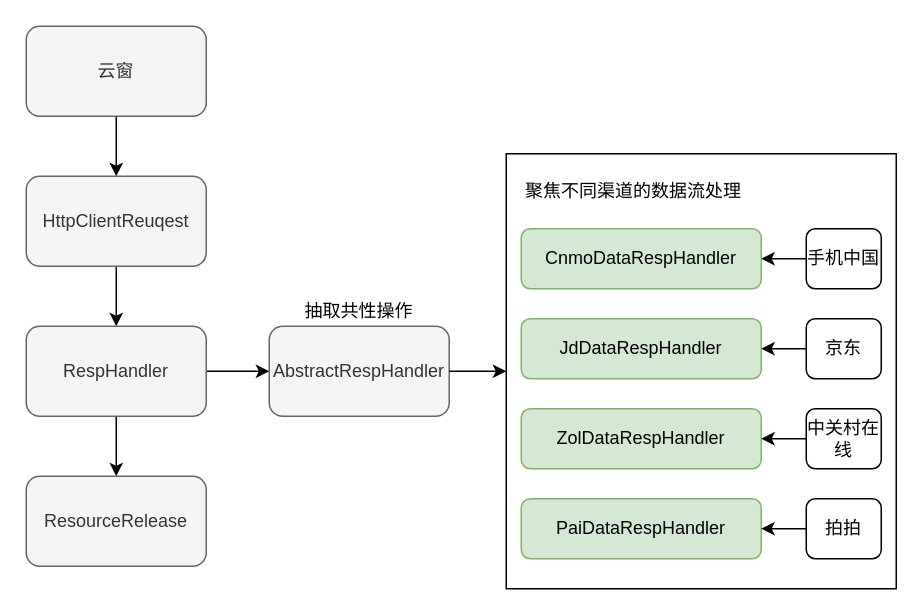
Before: Untitled Diagram.drawio in yz19930826/pics, a draw.io diagram. Source tidied: cells renumbered, new cells numbered last; positions are measured from the earlier drawing's top-left corner, leaving out a move shared by most shapes. Both pictures are drawn from the tidied source at 150%, with x=0, y=0 at pixel (26, 26).
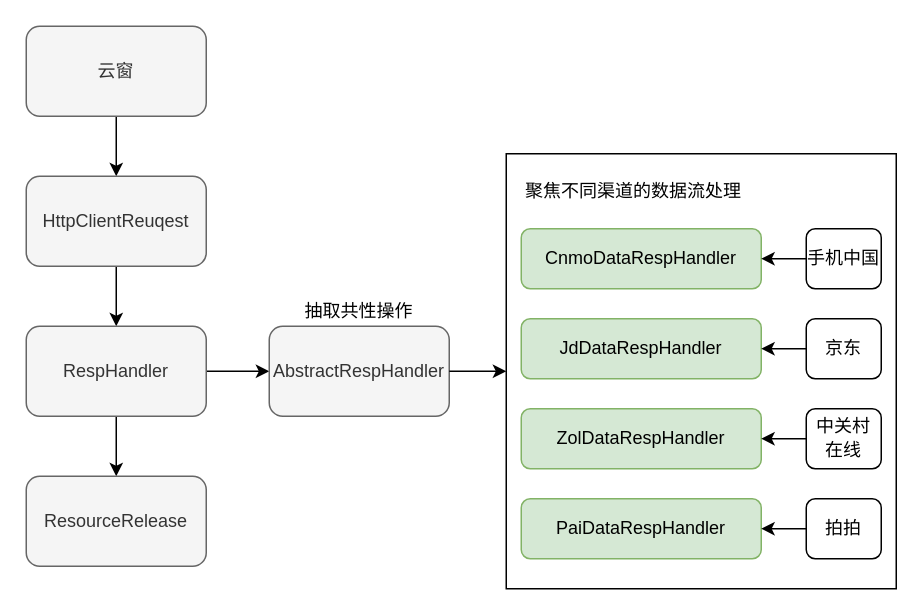
After the change.

Unchanged cells that the change refers to:
```xml
<mxCell id="23" style="group;" parent="13" vertex="1">
  <mxGeometry x="10" y="140" width="240" height="40" as="geometry" />
</mxCell>
```

The edit, as a diff of the source:
```diff
@@
-    <mxCell id="25" value="中关村在线" style="rounded=1;whiteSpace=wrap;html=1;" parent="23" vertex="1">
+    <mxCell id="25" style="rounded=1;whiteSpace=wrap;html=1;" parent="23" vertex="1">
       <mxGeometry x="190" width="50" height="40" as="geometry" />
     </mxCell>
@@
+    <mxCell id="33" style="group;" parent="23" vertex="1">
+      <mxGeometry x="195" y="2" width="40" height="36" as="geometry" />
+    </mxCell>
+    <mxCell id="34" value="中关村" style="text;html=1;strokeColor=none;fillColor=none;align=center;verticalAlign=middle;whiteSpace=wrap;rounded=0;" parent="33" vertex="1">
+      <mxGeometry width="40" height="20" as="geometry" />
+    </mxCell>
+    <mxCell id="35" value="在线" style="text;html=1;strokeColor=none;fillColor=none;align=center;verticalAlign=middle;whiteSpace=wrap;rounded=0;" parent="33" vertex="1">
+      <mxGeometry y="16" width="40" height="20" as="geometry" />
+    </mxCell>
```
